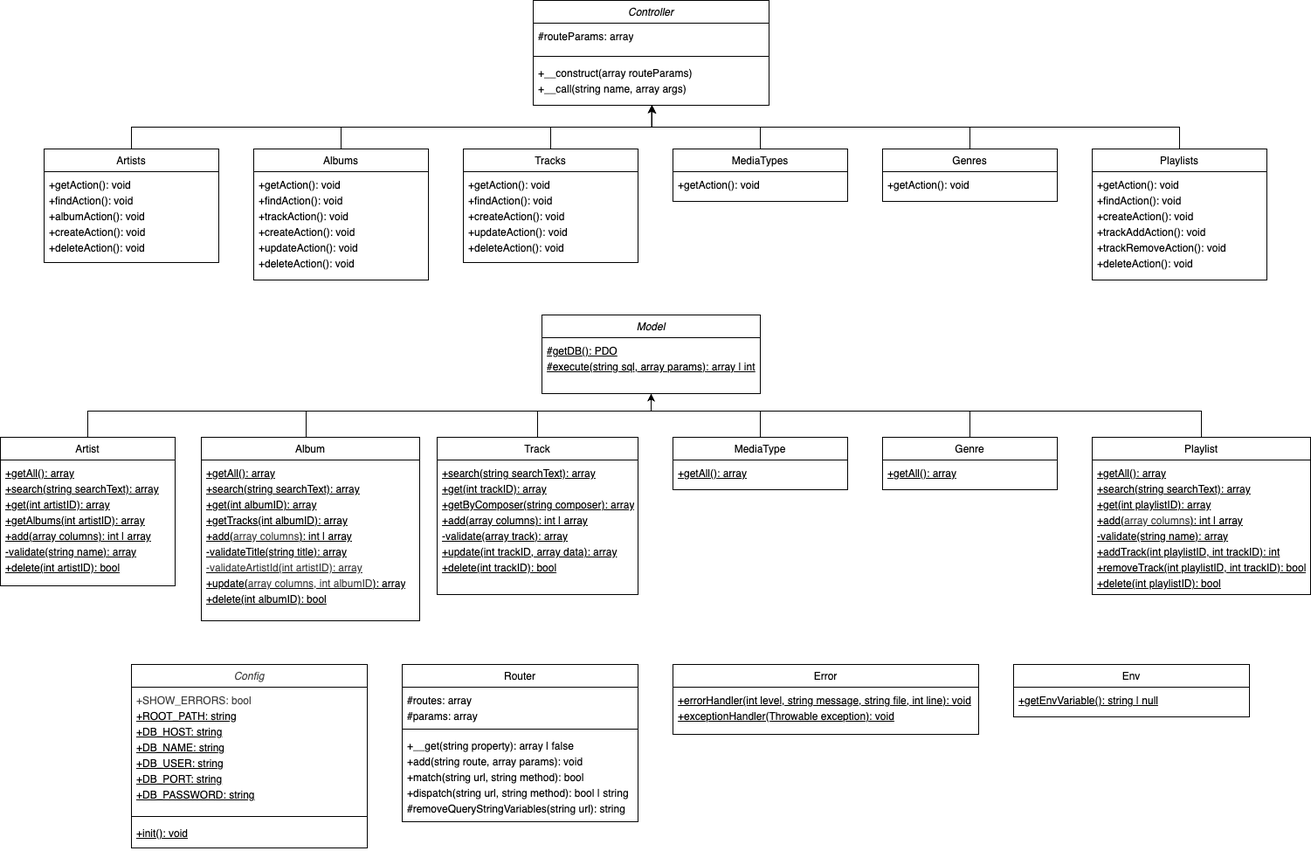
FrejaFischer/music_storage keeps this draw.io diagram as documentation/class_diagrams.drawio.png. Above is the earlier version. Source tidied: cells renumbered, new cells last; positions are measured from the earlier drawing's top-left corner, leaving out a move shared by most shapes.
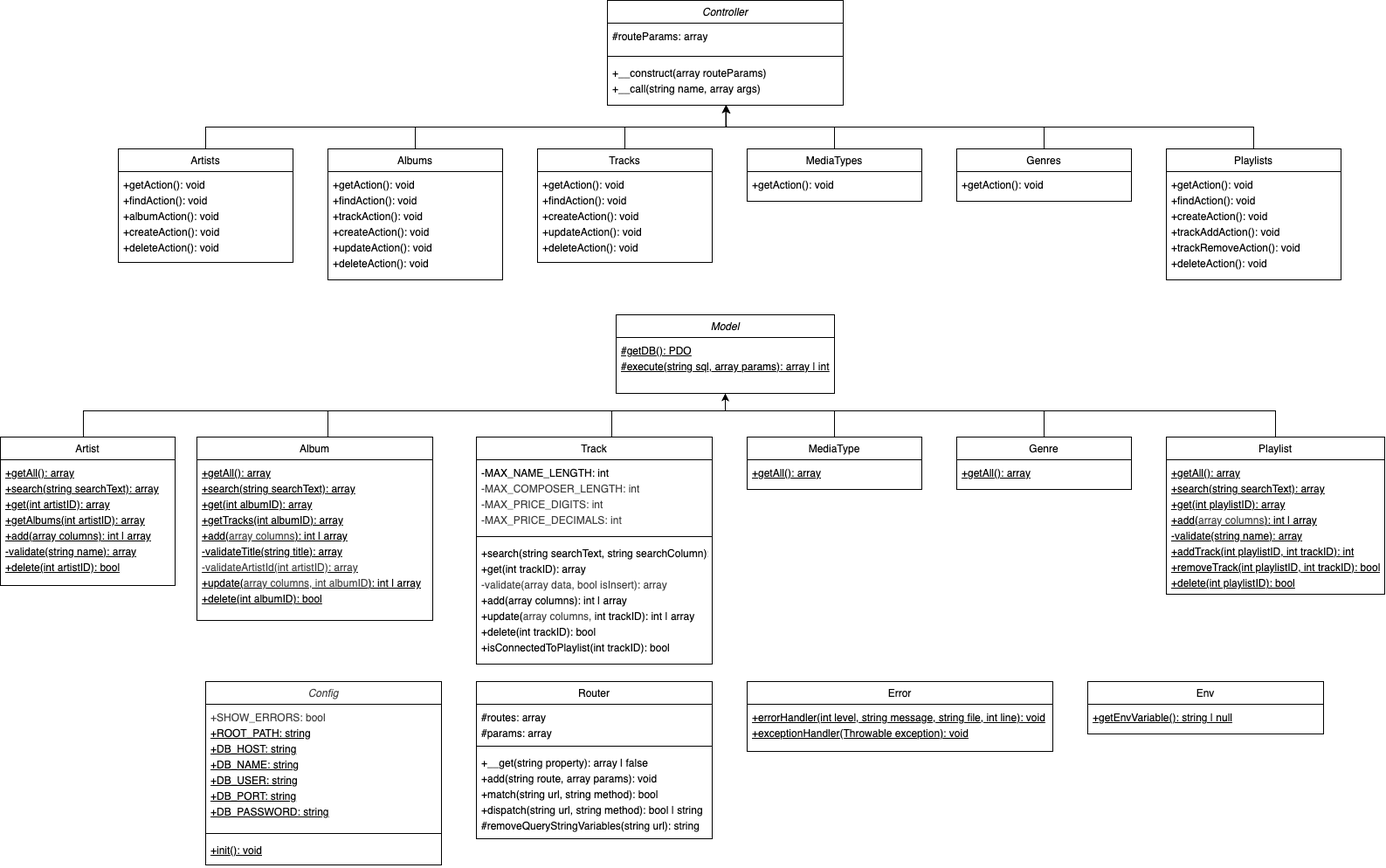
The same file after the commit.

Commit message:
updated class diagrams

Change to the diagram source:
```diff
@@ -5,13 +5,13 @@
     <mxCell id="2" style="edgeStyle=orthogonalEdgeStyle;rounded=0;jettySize=auto;html=1;entryX=0.5;entryY=1;entryDx=0;entryDy=0;" parent="1" edge="1" source="3" target="34">
       <mxGeometry relative="1" as="geometry">
         <Array as="points">
-          <mxPoint x="100" y="470" />
+          <mxPoint x="10" y="470" />
           <mxPoint x="745" y="470" />
         </Array>
       </mxGeometry>
     </mxCell>
     <mxCell id="3" value="Artist" style="swimlane;fontStyle=0;align=center;verticalAlign=top;horizontal=1;startSize=26;rounded=0;shadow=0;strokeWidth=1;" parent="1" vertex="1">
-      <mxGeometry y="500" width="200" height="170" as="geometry" />
+      <mxGeometry x="-85" y="500" width="200" height="170" as="geometry" />
     </mxCell>
     <mxCell id="4" value="&lt;div style=&quot;line-height: 150%;&quot;&gt;+getAll(): array&lt;br&gt;+search(string searchText): array&lt;br&gt;+get(int artistID): array&lt;br&gt;+getAlbums(int artistID): array&lt;br&gt;+add(array columns): int | array&lt;br&gt;-validate(string name): array&lt;br&gt;+delete(int artistID): bool&lt;/div&gt;" style="text;align=left;verticalAlign=top;spacingLeft=4;spacingRight=4;overflow=hidden;fontStyle=4;spacingTop=0;spacing=2;html=1;" parent="3" vertex="1">
       <mxGeometry y="26" width="200" height="144" as="geometry" />
@@ -28,16 +28,16 @@
     <mxCell id="8" style="edgeStyle=orthogonalEdgeStyle;rounded=0;jettySize=auto;html=1;entryX=0.5;entryY=1;entryDx=0;entryDy=0;" parent="1" edge="1" source="9" target="34">
       <mxGeometry relative="1" as="geometry">
         <Array as="points">
-          <mxPoint x="350" y="470" />
+          <mxPoint x="290" y="470" />
           <mxPoint x="745" y="470" />
         </Array>
       </mxGeometry>
     </mxCell>
     <mxCell id="9" value="Album" style="swimlane;fontStyle=0;align=center;verticalAlign=top;horizontal=1;startSize=26;rounded=0;shadow=0;strokeWidth=1;" parent="1" vertex="1">
-      <mxGeometry x="230" y="500" width="250" height="210" as="geometry" />
+      <mxGeometry x="140" y="500" width="270" height="210" as="geometry" />
     </mxCell>
-    <mxCell id="10" value="&lt;div style=&quot;line-height: 150%;&quot;&gt;+getAll(): array&lt;br&gt;+search(string searchText): array&lt;br&gt;+get(int albumID): array&lt;br&gt;+getTracks(int albumID): array&lt;br&gt;+add(&lt;span style=&quot;color: rgb(63, 63, 63);&quot;&gt;array columns&lt;/span&gt;): int | array&lt;br&gt;-validateTitle(string title): array&lt;/div&gt;&lt;div style=&quot;line-height: 150%;&quot;&gt;&lt;span style=&quot;color: rgb(63, 63, 63);&quot;&gt;-validateArtistId(int artistID): array&lt;/span&gt;&lt;/div&gt;&lt;div style=&quot;line-height: 150%;&quot;&gt;+update(&lt;span style=&quot;color: rgb(63, 63, 63);&quot;&gt;array columns,&amp;nbsp;&lt;/span&gt;&lt;span style=&quot;color: rgb(63, 63, 63); background-color: transparent;&quot;&gt;int albumID&lt;/span&gt;&lt;span style=&quot;background-color: transparent;&quot;&gt;): array&lt;/span&gt;&lt;/div&gt;&lt;div style=&quot;line-height: 150%;&quot;&gt;+delete(int albumID): bool&lt;/div&gt;" style="text;align=left;verticalAlign=top;spacingLeft=4;spacingRight=4;overflow=hidden;fontStyle=4;spacingTop=0;spacing=2;html=1;" parent="9" vertex="1">
-      <mxGeometry y="26" width="250" height="184" as="geometry" />
+    <mxCell id="10" value="&lt;div style=&quot;line-height: 150%;&quot;&gt;+getAll(): array&lt;br&gt;+search(string searchText): array&lt;br&gt;+get(int albumID): array&lt;br&gt;+getTracks(int albumID): array&lt;br&gt;+add(&lt;span style=&quot;color: rgb(63, 63, 63);&quot;&gt;array columns&lt;/span&gt;): int | array&lt;br&gt;-validateTitle(string title): array&lt;/div&gt;&lt;div style=&quot;line-height: 150%;&quot;&gt;&lt;span style=&quot;color: rgb(63, 63, 63);&quot;&gt;-validateArtistId(int artistID): array&lt;/span&gt;&lt;/div&gt;&lt;div style=&quot;line-height: 150%;&quot;&gt;+update(&lt;span style=&quot;color: rgb(63, 63, 63);&quot;&gt;array columns,&amp;nbsp;&lt;/span&gt;&lt;span style=&quot;color: rgb(63, 63, 63); background-color: transparent;&quot;&gt;int albumID&lt;/span&gt;&lt;span style=&quot;background-color: transparent;&quot;&gt;): int | array&lt;/span&gt;&lt;/div&gt;&lt;div style=&quot;line-height: 150%;&quot;&gt;+delete(int albumID): bool&lt;/div&gt;" style="text;align=left;verticalAlign=top;spacingLeft=4;spacingRight=4;overflow=hidden;fontStyle=4;spacingTop=0;spacing=2;html=1;" parent="9" vertex="1">
+      <mxGeometry y="26" width="270" height="184" as="geometry" />
     </mxCell>
     <mxCell id="11" value="Albums" style="swimlane;fontStyle=0;align=center;verticalAlign=top;horizontal=1;startSize=26;rounded=0;shadow=0;strokeWidth=1;" parent="1" vertex="1">
       <mxGeometry x="290" y="170" width="200" height="150" as="geometry" />
@@ -45,20 +45,15 @@
     <mxCell id="12" value="&lt;div style=&quot;line-height: 150%;&quot;&gt;&lt;font&gt;&lt;span&gt;&lt;span&gt;+getAction(): void&lt;br&gt;+findAction(): void&lt;br&gt;&lt;/span&gt;&lt;/span&gt;&lt;/font&gt;&lt;/div&gt;&lt;div style=&quot;line-height: 150%;&quot;&gt;&lt;font&gt;&lt;span&gt;&lt;span&gt;+trackAction(): void&lt;br&gt;&lt;/span&gt;&lt;/span&gt;&lt;/font&gt;&lt;/div&gt;&lt;div style=&quot;line-height: 150%;&quot;&gt;&lt;font&gt;&lt;span&gt;&lt;span&gt;+createAction(): void&lt;br&gt;&lt;/span&gt;&lt;/span&gt;&lt;/font&gt;&lt;/div&gt;&lt;div style=&quot;line-height: 150%;&quot;&gt;&lt;font&gt;+updateAction(): void&lt;span&gt;&lt;span&gt;&lt;br&gt;&lt;/span&gt;&lt;/span&gt;&lt;/font&gt;&lt;/div&gt;&lt;div style=&quot;line-height: 150%;&quot;&gt;&lt;font&gt;+deleteAction(): void&lt;/font&gt;&lt;/div&gt;" style="text;align=left;verticalAlign=top;spacingLeft=4;spacingRight=4;overflow=hidden;fontStyle=0;spacingTop=0;spacing=2;html=1;" parent="11" vertex="1">
       <mxGeometry y="26" width="200" height="124" as="geometry" />
     </mxCell>
-    <mxCell id="13" style="edgeStyle=orthogonalEdgeStyle;rounded=0;jettySize=auto;html=1;entryX=0.5;entryY=1;entryDx=0;entryDy=0;" parent="1" edge="1" source="14" target="34">
+    <mxCell id="13" style="edgeStyle=orthogonalEdgeStyle;rounded=0;jettySize=auto;html=1;entryX=0.5;entryY=1;entryDx=0;entryDy=0;" parent="1" edge="1" target="34">
       <mxGeometry relative="1" as="geometry">
+        <mxPoint x="615" y="500" as="sourcePoint" />
         <Array as="points">
           <mxPoint x="615" y="470" />
           <mxPoint x="745" y="470" />
         </Array>
       </mxGeometry>
     </mxCell>
-    <mxCell id="14" value="Track" style="swimlane;fontStyle=0;align=center;verticalAlign=top;horizontal=1;startSize=26;rounded=0;shadow=0;strokeWidth=1;" parent="1" vertex="1">
-      <mxGeometry x="500" y="500" width="230" height="180" as="geometry" />
-    </mxCell>
-    <mxCell id="15" value="&lt;div style=&quot;line-height: 150%;&quot;&gt;+search(string searchText): array&lt;br&gt;+get(int trackID): array&lt;br&gt;+getByComposer(string composer): array&lt;br&gt;+add(array columns): int | array&lt;br&gt;-validate(array track): array&lt;/div&gt;&lt;div style=&quot;line-height: 150%;&quot;&gt;+update(int trackID, array data): array&lt;br&gt;+delete(int trackID): bool&lt;/div&gt;" style="text;align=left;verticalAlign=top;spacingLeft=4;spacingRight=4;overflow=hidden;fontStyle=4;spacingTop=0;spacing=2;html=1;" parent="14" vertex="1">
-      <mxGeometry y="26" width="230" height="154" as="geometry" />
-    </mxCell>
     <mxCell id="16" value="Tracks" style="swimlane;fontStyle=0;align=center;verticalAlign=top;horizontal=1;startSize=26;rounded=0;shadow=0;strokeWidth=1;" parent="1" vertex="1">
       <mxGeometry x="530" y="170" width="200" height="130" as="geometry" />
     </mxCell>
@@ -135,7 +130,7 @@
       <mxGeometry y="26" width="250" height="54" as="geometry" />
     </mxCell>
     <mxCell id="36" value="&lt;span style=&quot;font-weight: normal;&quot;&gt;Router&lt;/span&gt;" style="swimlane;fontStyle=1;align=center;verticalAlign=top;horizontal=1;startSize=26;whiteSpace=wrap;html=1;" parent="1" vertex="1">
-      <mxGeometry x="460" y="760" width="270" height="180" as="geometry" />
+      <mxGeometry x="460" y="780" width="270" height="180" as="geometry" />
     </mxCell>
     <mxCell id="37" value="&lt;div style=&quot;line-height: 150%;&quot;&gt;#routes: array&lt;div&gt;#params: array&lt;/div&gt;&lt;/div&gt;" style="text;strokeColor=none;fillColor=none;align=left;verticalAlign=top;spacingLeft=4;spacingRight=4;overflow=hidden;whiteSpace=wrap;html=1;" parent="36" vertex="1">
       <mxGeometry y="26" width="270" height="44" as="geometry" />
@@ -159,13 +154,13 @@
       <mxGeometry y="68" width="270" height="52" as="geometry" />
     </mxCell>
     <mxCell id="44" value="Error" style="swimlane;fontStyle=0;align=center;verticalAlign=top;horizontal=1;startSize=26;rounded=0;shadow=0;strokeWidth=1;" parent="1" vertex="1">
-      <mxGeometry x="770" y="760" width="350" height="80" as="geometry" />
+      <mxGeometry x="770" y="780" width="350" height="80" as="geometry" />
     </mxCell>
     <mxCell id="45" value="&lt;div style=&quot;line-height: 150%;&quot;&gt;&lt;font&gt;&lt;span&gt;&lt;span&gt;&lt;u&gt;+errorHandler(int level, string message, string file, int line): void&lt;/u&gt;&lt;br&gt;&lt;/span&gt;&lt;/span&gt;&lt;/font&gt;&lt;/div&gt;&lt;div style=&quot;line-height: 150%;&quot;&gt;&lt;font&gt;&lt;span&gt;&lt;span&gt;&lt;u&gt;+exceptionHandler(Throwable exception): void&lt;/u&gt;&lt;/span&gt;&lt;/span&gt;&lt;/font&gt;&lt;/div&gt;" style="text;align=left;verticalAlign=top;spacingLeft=4;spacingRight=4;overflow=hidden;fontStyle=0;spacingTop=0;spacing=2;html=1;" parent="44" vertex="1">
       <mxGeometry y="26" width="350" height="54" as="geometry" />
     </mxCell>
     <mxCell id="46" value="&lt;span style=&quot;font-weight: normal;&quot;&gt;Env&lt;/span&gt;" style="swimlane;fontStyle=1;align=center;verticalAlign=top;horizontal=1;startSize=26;whiteSpace=wrap;html=1;" parent="1" vertex="1">
-      <mxGeometry x="1160" y="760" width="270" height="60" as="geometry" />
+      <mxGeometry x="1160" y="780" width="270" height="60" as="geometry" />
     </mxCell>
     <mxCell id="47" value="&lt;div style=&quot;line-height: 150%;&quot;&gt;&lt;u&gt;+getEnvVariable(): string | null&lt;/u&gt;&lt;/div&gt;" style="text;strokeColor=none;fillColor=none;align=left;verticalAlign=top;spacingLeft=4;spacingRight=4;overflow=hidden;whiteSpace=wrap;html=1;" parent="46" vertex="1">
       <mxGeometry y="26" width="270" height="34" as="geometry" />
@@ -188,7 +183,7 @@
       </mxGeometry>
     </mxCell>
     <mxCell id="52" value="&lt;i style=&quot;color: rgb(63, 63, 63); font-weight: 400;&quot;&gt;Config&lt;/i&gt;" style="swimlane;fontStyle=1;align=center;verticalAlign=top;horizontal=1;startSize=26;whiteSpace=wrap;html=1;" parent="1" vertex="1">
-      <mxGeometry x="150" y="760" width="270" height="210" as="geometry" />
+      <mxGeometry x="150" y="780" width="270" height="210" as="geometry" />
     </mxCell>
     <mxCell id="53" value="&lt;div style=&quot;line-height: 150%;&quot;&gt;&lt;div style=&quot;line-height: 18px;&quot;&gt;&lt;span style=&quot;color: rgb(63, 63, 63);&quot;&gt;+SHOW_ERRORS: bool&lt;/span&gt;&lt;u&gt;&lt;/u&gt;&lt;/div&gt;&lt;div style=&quot;line-height: 18px;&quot;&gt;&lt;u&gt;+ROOT_PATH: string&lt;/u&gt;&lt;/div&gt;&lt;div style=&quot;line-height: 18px;&quot;&gt;&lt;u&gt;+DB_HOST: string&lt;/u&gt;&lt;/div&gt;&lt;div style=&quot;line-height: 18px;&quot;&gt;&lt;u&gt;+DB_NAME: string&lt;/u&gt;&lt;/div&gt;&lt;div style=&quot;line-height: 18px;&quot;&gt;&lt;u&gt;+DB_USER: string&lt;/u&gt;&lt;/div&gt;&lt;div style=&quot;line-height: 18px;&quot;&gt;&lt;u&gt;+DB_PORT: string&lt;/u&gt;&lt;/div&gt;&lt;div style=&quot;line-height: 18px;&quot;&gt;&lt;u&gt;+DB_PASSWORD: string&lt;/u&gt;&lt;/div&gt;&lt;/div&gt;" style="text;strokeColor=none;fillColor=none;align=left;verticalAlign=top;spacingLeft=4;spacingRight=4;overflow=hidden;whiteSpace=wrap;html=1;" parent="52" vertex="1">
       <mxGeometry y="26" width="270" height="144" as="geometry" />
@@ -199,5 +194,17 @@
     <mxCell id="55" value="&lt;div style=&quot;line-height: 150%;&quot;&gt;&lt;u&gt;+init(): void&lt;/u&gt;&lt;div&gt;&lt;/div&gt;&lt;/div&gt;" style="text;strokeColor=none;fillColor=none;align=left;verticalAlign=top;spacingLeft=4;spacingRight=4;overflow=hidden;whiteSpace=wrap;html=1;" parent="52" vertex="1">
       <mxGeometry y="178" width="270" height="32" as="geometry" />
     </mxCell>
+    <mxCell id="14" value="&lt;span style=&quot;font-weight: normal;&quot;&gt;Track&lt;/span&gt;" style="swimlane;fontStyle=1;align=center;verticalAlign=top;horizontal=1;startSize=26;whiteSpace=wrap;html=1;" parent="1" vertex="1">
+      <mxGeometry x="460" y="500" width="270" height="260" as="geometry" />
+    </mxCell>
+    <mxCell id="56" value="&lt;div style=&quot;line-height: 150%;&quot;&gt;-MAX_NAME_LENGTH: int&lt;/div&gt;&lt;div style=&quot;line-height: 150%;&quot;&gt;&lt;span style=&quot;color: rgb(63, 63, 63);&quot;&gt;-MAX_COMPOSER_LENGTH: int&lt;/span&gt;&lt;/div&gt;&lt;div style=&quot;line-height: 150%;&quot;&gt;&lt;span style=&quot;color: rgb(63, 63, 63);&quot;&gt;-MAX_PRICE_DIGITS: int&lt;/span&gt;&lt;/div&gt;&lt;div style=&quot;line-height: 150%;&quot;&gt;&lt;span style=&quot;color: rgb(63, 63, 63);&quot;&gt;-MAX_PRICE_DECIMALS: int&lt;/span&gt;&lt;br&gt;&lt;div&gt;&lt;br&gt;&lt;/div&gt;&lt;/div&gt;" style="text;strokeColor=none;fillColor=none;align=left;verticalAlign=top;spacingLeft=4;spacingRight=4;overflow=hidden;whiteSpace=wrap;html=1;" parent="14" vertex="1">
+      <mxGeometry y="26" width="270" height="84" as="geometry" />
+    </mxCell>
+    <mxCell id="57" style="line;strokeWidth=1;fillColor=none;align=left;verticalAlign=middle;spacingTop=-1;spacingLeft=3;spacingRight=3;labelPosition=right;strokeColor=inherit;" parent="14" vertex="1">
+      <mxGeometry y="110" width="270" height="8" as="geometry" />
+    </mxCell>
+    <mxCell id="58" value="&lt;div style=&quot;line-height: 150%;&quot;&gt;&lt;div style=&quot;text-wrap-mode: nowrap; line-height: 18px;&quot;&gt;+search(string searchText, string searchColumn): array&lt;br&gt;+get(int trackID): array&lt;/div&gt;&lt;div style=&quot;text-wrap-mode: nowrap; line-height: 18px;&quot;&gt;&lt;span style=&quot;color: rgb(63, 63, 63);&quot;&gt;-validate(array data, bool isInsert): array&lt;/span&gt;&lt;br&gt;+add(array columns): int | array&lt;br&gt;&lt;/div&gt;&lt;div style=&quot;text-wrap-mode: nowrap; line-height: 18px;&quot;&gt;+update(&lt;span style=&quot;background-color: transparent; color: rgb(63, 63, 63);&quot;&gt;array columns,&amp;nbsp;&lt;/span&gt;&lt;span style=&quot;background-color: transparent;&quot;&gt;int trackID): int | array&lt;/span&gt;&lt;/div&gt;&lt;div style=&quot;text-wrap-mode: nowrap; line-height: 18px;&quot;&gt;+delete(int trackID): bool&lt;/div&gt;&lt;div style=&quot;text-wrap-mode: nowrap; line-height: 18px;&quot;&gt;+isConnectedToPlaylist(int trackID): bool&lt;/div&gt;&lt;div&gt;&lt;/div&gt;&lt;/div&gt;" style="text;strokeColor=none;fillColor=none;align=left;verticalAlign=top;spacingLeft=4;spacingRight=4;overflow=hidden;whiteSpace=wrap;html=1;" parent="14" vertex="1">
+      <mxGeometry y="118" width="270" height="142" as="geometry" />
+    </mxCell>
   </root>
 </mxGraphModel>
```
